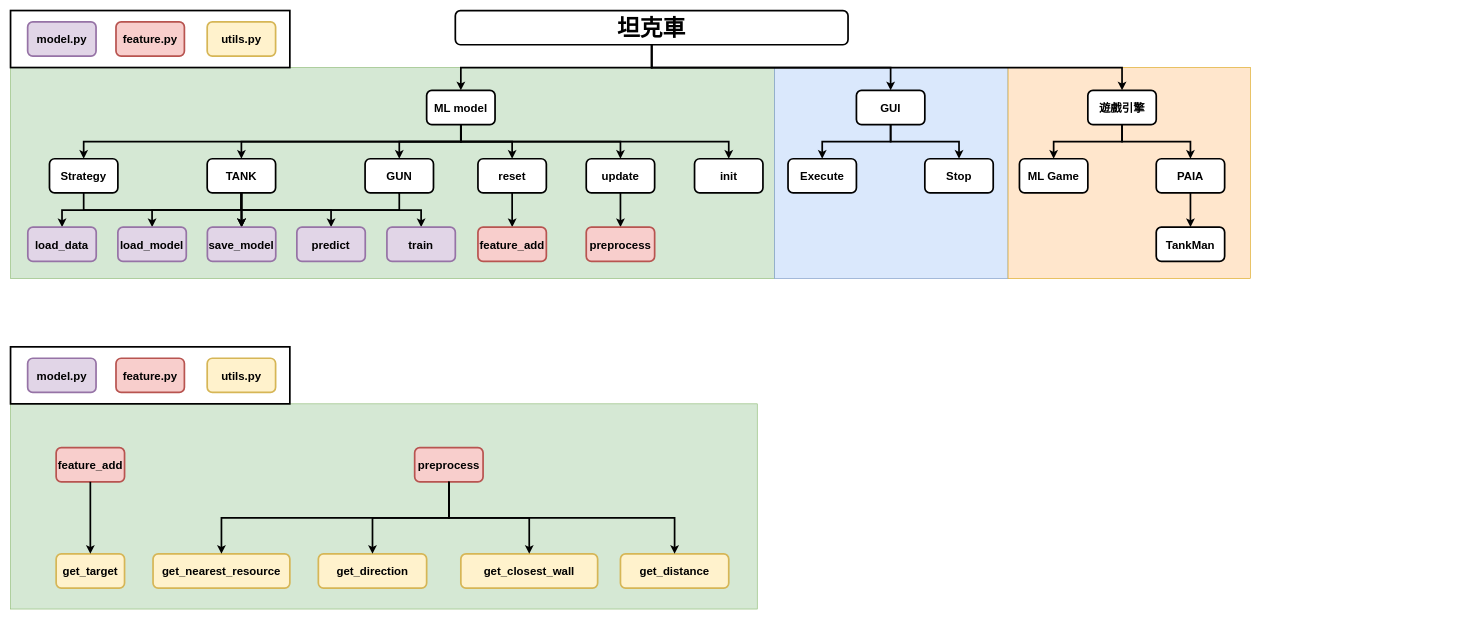
Earlier version of the draw.io diagram page "Breakdown" (1 of 4) of TankMan-main/Architecture/ML_breakdown.drawio (HOURFA/ML). Source tidied: cells renumbered, new cells numbered last; positions are measured from the earlier drawing's top-left corner, leaving out a move shared by most shapes. Both pictures are drawn from the tidied source at 57%, with x=0, y=0 at pixel (10, 10).
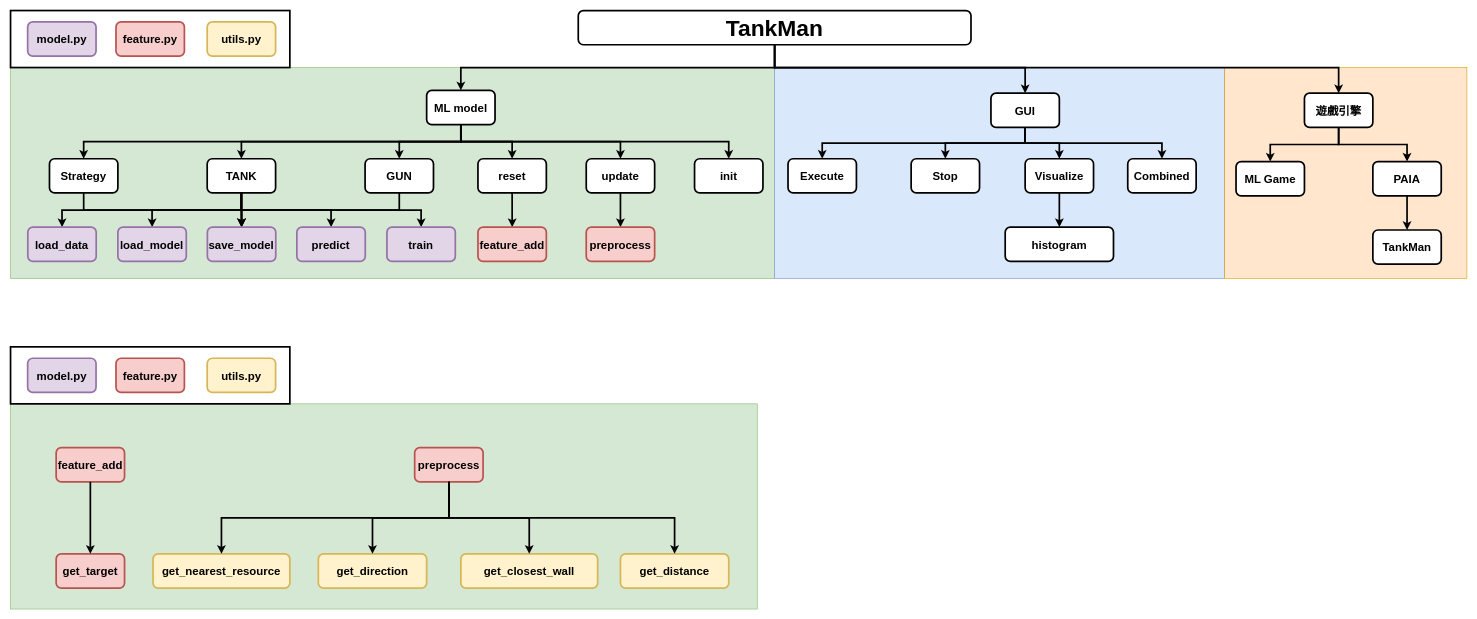
The same page after the edit.

Commit message (it also covers changes not shown here):
2024/06/19 (1)修改Breakdown : 新增visualize,combined模組 (2)修改Architecture : 新增 histogram,combined於架構圖中，修改模型preprocess畫法

The change refers to these unchanged cells:
```xml
<mxCell id="55" style="group;" parent="1" vertex="1">
  <mxGeometry y="690" width="1310" height="360" as="geometry" />
</mxCell>
```

Diff of the diagram source:
```diff
@@
     <mxCell id="3" style="rounded=0;whiteSpace=wrap;html=1;fillColor=#dae8fc;strokeColor=#6c8ebf;" parent="1" vertex="1">
-      <mxGeometry x="1340" y="100" width="410" height="370" as="geometry" />
+      <mxGeometry x="1340" y="100" width="790" height="370" as="geometry" />
     </mxCell>
     <mxCell id="4" style="rounded=0;whiteSpace=wrap;html=1;fillColor=#ffe6cc;strokeColor=#d79b00;" parent="1" vertex="1">
-      <mxGeometry x="1750" y="100" width="425" height="370" as="geometry" />
+      <mxGeometry x="2130" y="100" width="425" height="370" as="geometry" />
     </mxCell>
@@
     <mxCell id="6" style="edgeStyle=orthogonalEdgeStyle;rounded=0;jettySize=auto;html=1;exitX=0.5;exitY=1;exitDx=0;exitDy=0;fontSize=20;strokeWidth=3;" parent="1" edge="1" source="8" target="18">
-      <mxGeometry relative="1" as="geometry" />
+      <mxGeometry relative="1" as="geometry">
+        <Array as="points">
+          <mxPoint x="1341" y="100" />
+          <mxPoint x="2330" y="100" />
+        </Array>
+      </mxGeometry>
     </mxCell>
     <mxCell id="7" style="edgeStyle=orthogonalEdgeStyle;rounded=0;jettySize=auto;html=1;exitX=0.5;exitY=1;exitDx=0;exitDy=0;strokeWidth=3;" parent="1" edge="1" source="8" target="25">
-      <mxGeometry relative="1" as="geometry" />
+      <mxGeometry relative="1" as="geometry">
+        <Array as="points">
+          <mxPoint x="1341" y="100" />
+          <mxPoint x="1780" y="100" />
+        </Array>
+      </mxGeometry>
     </mxCell>
-    <mxCell id="8" value="&lt;font style=&quot;font-size: 40px;&quot;&gt;坦克車&lt;/font&gt;" style="rounded=1;whiteSpace=wrap;html=1;strokeWidth=3;fontSize=20;fontStyle=1;" parent="1" vertex="1">
-      <mxGeometry x="780.3" width="689" height="60" as="geometry" />
+    <mxCell id="8" value="&lt;font style=&quot;font-size: 40px;&quot;&gt;TankMan&lt;/font&gt;" style="rounded=1;whiteSpace=wrap;html=1;strokeWidth=3;fontSize=20;fontStyle=1;" parent="1" vertex="1">
+      <mxGeometry x="996" width="689" height="60" as="geometry" />
     </mxCell>
@@
     <mxCell id="18" value="遊戲引擎" style="rounded=1;whiteSpace=wrap;html=1;strokeWidth=3;fontSize=20;fontStyle=1;" parent="1" vertex="1">
-      <mxGeometry x="1890" y="140" width="120" height="60" as="geometry" />
+      <mxGeometry x="2270" y="145" width="120" height="60" as="geometry" />
     </mxCell>
     <mxCell id="19" value="ML Game" style="rounded=1;whiteSpace=wrap;html=1;strokeWidth=3;fontSize=20;fontStyle=1;" parent="1" vertex="1">
-      <mxGeometry x="1770" y="260" width="120" height="60" as="geometry" />
+      <mxGeometry x="2150" y="265" width="120" height="60" as="geometry" />
     </mxCell>
@@
     <mxCell id="21" value="PAIA" style="rounded=1;whiteSpace=wrap;html=1;strokeWidth=3;fontSize=20;fontStyle=1;" parent="1" vertex="1">
-      <mxGeometry x="2010" y="260" width="120" height="60" as="geometry" />
+      <mxGeometry x="2390" y="265" width="120" height="60" as="geometry" />
     </mxCell>
     <mxCell id="22" value="TankMan" style="rounded=1;whiteSpace=wrap;html=1;strokeWidth=3;fontSize=20;fontStyle=1;" parent="1" vertex="1">
-      <mxGeometry x="2010" y="380" width="120" height="60" as="geometry" />
+      <mxGeometry x="2390" y="385" width="120" height="60" as="geometry" />
     </mxCell>
@@
+    <mxCell id="73" style="edgeStyle=orthogonalEdgeStyle;rounded=0;jettySize=auto;html=1;exitX=0.5;exitY=1;exitDx=0;exitDy=0;entryX=0.5;entryY=0;entryDx=0;entryDy=0;strokeWidth=3;" parent="1" edge="1" source="25" target="76">
+      <mxGeometry relative="1" as="geometry" />
+    </mxCell>
+    <mxCell id="74" style="edgeStyle=orthogonalEdgeStyle;rounded=0;jettySize=auto;html=1;exitX=0.5;exitY=1;exitDx=0;exitDy=0;entryX=0.5;entryY=0;entryDx=0;entryDy=0;strokeWidth=3;" parent="1" edge="1" source="25" target="77">
+      <mxGeometry relative="1" as="geometry" />
+    </mxCell>
     <mxCell id="25" value="GUI" style="rounded=1;whiteSpace=wrap;html=1;strokeWidth=3;fontSize=20;fontStyle=1;" parent="1" vertex="1">
-      <mxGeometry x="1484" y="140" width="120" height="60" as="geometry" />
+      <mxGeometry x="1720" y="145" width="120" height="60" as="geometry" />
     </mxCell>
@@
     <mxCell id="27" value="Stop" style="rounded=1;whiteSpace=wrap;html=1;strokeWidth=3;fontSize=20;fontStyle=1;" parent="1" vertex="1">
-      <mxGeometry x="1604" y="260" width="120" height="60" as="geometry" />
+      <mxGeometry x="1580" y="260" width="120" height="60" as="geometry" />
     </mxCell>
@@
-    <mxCell id="59" value="get_target" style="rounded=1;whiteSpace=wrap;html=1;strokeWidth=3;fontSize=20;fontStyle=1;fillColor=#fff2cc;strokeColor=#d6b656;" parent="55" vertex="1">
+    <mxCell id="59" value="get_target" style="rounded=1;whiteSpace=wrap;html=1;strokeWidth=3;fontSize=20;fontStyle=1;fillColor=#f8cecc;strokeColor=#b85450;" parent="55" vertex="1">
       <mxGeometry x="80" y="263.2" width="120" height="60" as="geometry" />
     </mxCell>
@@
+    <mxCell id="75" style="edgeStyle=orthogonalEdgeStyle;rounded=0;jettySize=auto;html=1;exitX=0.5;exitY=1;exitDx=0;exitDy=0;startArrow=none;startFill=0;endArrow=classic;endFill=1;strokeWidth=3;" parent="1" edge="1" source="76" target="78">
+      <mxGeometry relative="1" as="geometry" />
+    </mxCell>
+    <mxCell id="76" value="Visualize" style="rounded=1;whiteSpace=wrap;html=1;strokeWidth=3;fontSize=20;fontStyle=1;" parent="1" vertex="1">
+      <mxGeometry x="1780" y="260" width="120" height="60" as="geometry" />
+    </mxCell>
+    <mxCell id="77" value="Combined" style="rounded=1;whiteSpace=wrap;html=1;strokeWidth=3;fontSize=20;fontStyle=1;" parent="1" vertex="1">
+      <mxGeometry x="1960" y="260" width="120" height="60" as="geometry" />
+    </mxCell>
+    <mxCell id="78" value="histogram" style="rounded=1;whiteSpace=wrap;html=1;strokeWidth=3;fontSize=20;fontStyle=1;" parent="1" vertex="1">
+      <mxGeometry x="1745" y="380" width="190" height="60" as="geometry" />
+    </mxCell>
```
